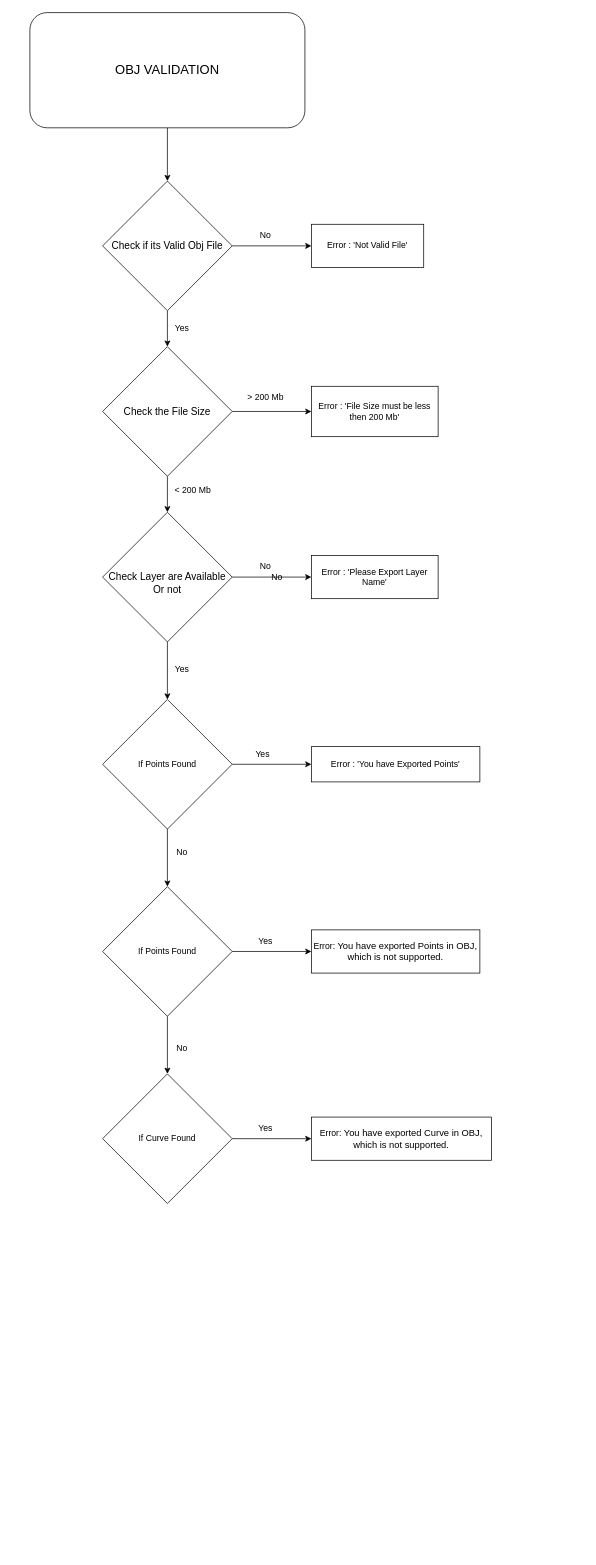
Earlier version of the draw.io diagram Obj-Validation.drawio (ShayanGhosh0809/nestjs-tutorial). Source tidied: cells renumbered, new cells numbered last; positions are measured from the earlier drawing's top-left corner, leaving out a move shared by most shapes. Both pictures are drawn from the tidied source at 72%, with x=0, y=0 at pixel (30, 12).
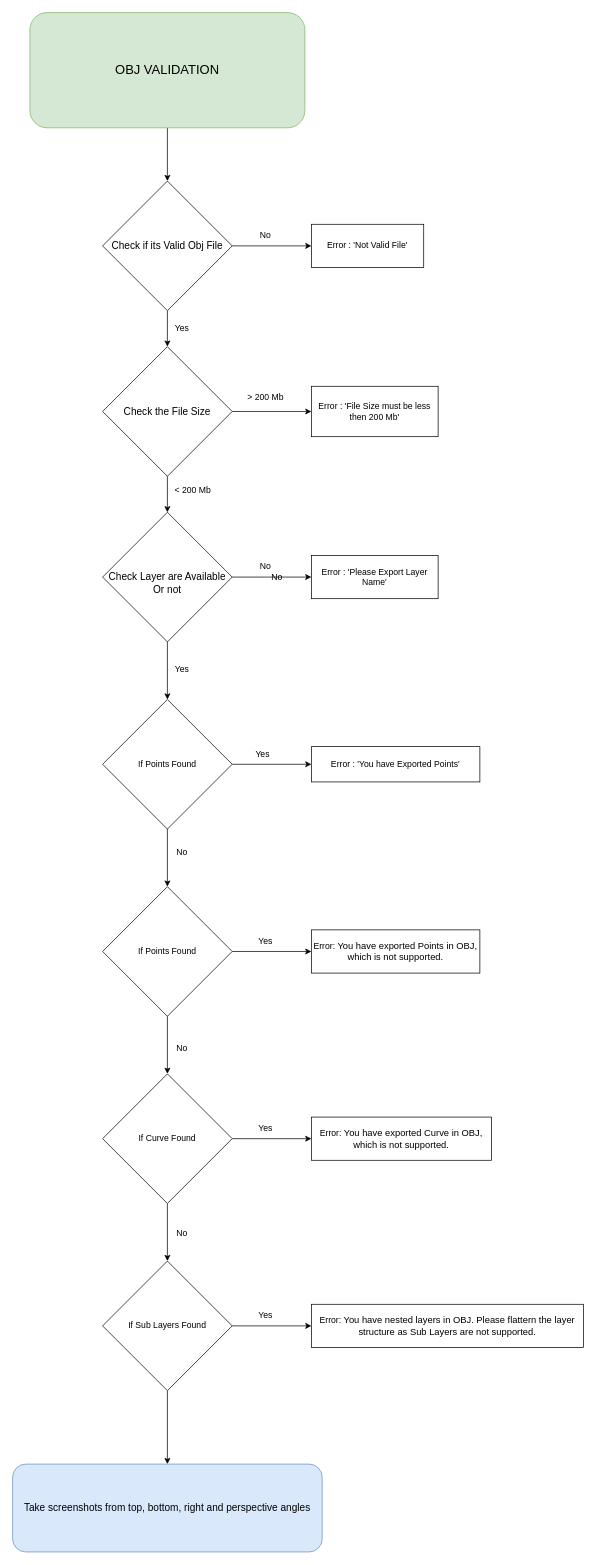
The same page after the edit.

Unchanged cells that the change refers to:
```xml
<mxCell id="32" value="If Curve Found" style="rhombus;whiteSpace=wrap;html=1;" parent="1" vertex="1">
  <mxGeometry x="101" y="1474" width="180" height="180" as="geometry" />
</mxCell>
```

Change to the diagram source:
```diff
@@
-    <mxCell id="28" value="&lt;span style=&quot;font-size: 18px;&quot;&gt;OBJ VALIDATION&lt;/span&gt;" style="rounded=1;whiteSpace=wrap;html=1;" parent="1" vertex="1">
+    <mxCell id="28" value="&lt;span style=&quot;font-size: 18px;&quot;&gt;OBJ VALIDATION&lt;/span&gt;" style="rounded=1;whiteSpace=wrap;html=1;fillColor=#d5e8d4;strokeColor=#82b366;" parent="1" vertex="1">
       <mxGeometry width="382" height="160" as="geometry" />
     </mxCell>
@@
+    <mxCell id="39" style="edgeStyle=orthogonalEdgeStyle;rounded=0;jettySize=auto;html=1;" parent="1" edge="1" source="32" target="42">
+      <mxGeometry relative="1" as="geometry" />
+    </mxCell>
@@
+    <mxCell id="40" style="edgeStyle=orthogonalEdgeStyle;rounded=0;jettySize=auto;html=1;" parent="1" edge="1" source="42" target="43">
+      <mxGeometry relative="1" as="geometry" />
+    </mxCell>
+    <mxCell id="41" style="edgeStyle=orthogonalEdgeStyle;rounded=0;jettySize=auto;html=1;" parent="1" edge="1" source="42" target="46">
+      <mxGeometry relative="1" as="geometry" />
+    </mxCell>
+    <mxCell id="42" value="If Sub Layers Found" style="rhombus;whiteSpace=wrap;html=1;" parent="1" vertex="1">
+      <mxGeometry x="101" y="1734" width="180" height="180" as="geometry" />
+    </mxCell>
+    <mxCell id="43" value="Error:&amp;nbsp;&lt;span style=&quot;font-family: &amp;quot;Trebuchet MS&amp;quot;; font-size: 13px; text-align: left; white-space-collapse: preserve;&quot;&gt;You have nested layers in OBJ. Please flattern the layer structure as Sub Layers are not supported.&lt;/span&gt;" style="whiteSpace=wrap;html=1;" parent="1" vertex="1">
+      <mxGeometry x="391" y="1794" width="378" height="60" as="geometry" />
+    </mxCell>
+    <mxCell id="44" value="Yes" style="text;html=1;align=center;verticalAlign=middle;strokeColor=none;fillColor=none;" parent="1" vertex="1">
+      <mxGeometry x="303" y="1794" width="48" height="32" as="geometry" />
+    </mxCell>
+    <mxCell id="45" value="No" style="text;html=1;align=center;verticalAlign=middle;strokeColor=none;fillColor=none;" parent="1" vertex="1">
+      <mxGeometry x="191" y="1680" width="40" height="30" as="geometry" />
+    </mxCell>
+    <mxCell id="46" value="&lt;font style=&quot;font-size: 14px;&quot;&gt;Take screenshots from top, bottom, right and perspective angles&lt;/font&gt;" style="rounded=1;whiteSpace=wrap;html=1;fillColor=#dae8fc;strokeColor=#6c8ebf;" parent="1" vertex="1">
+      <mxGeometry x="-24" y="2016" width="430" height="122" as="geometry" />
+    </mxCell>
```
